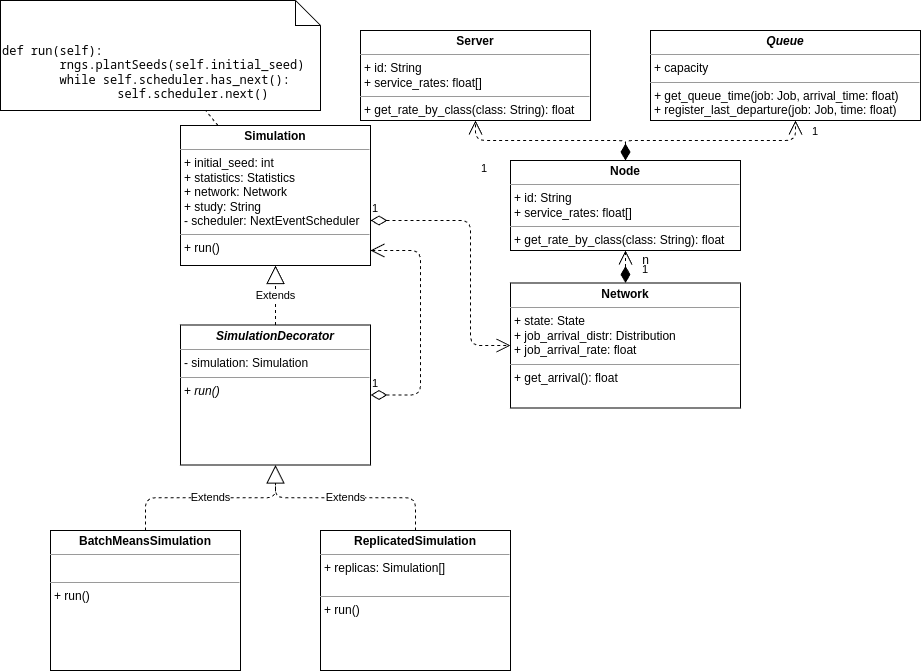
Torkin1/webapp-workflow-pa keeps this draw.io diagram as docs/figs/computational_model/simulation.drawio.png. Above is the earlier version. Source tidied: cells renumbered, new cells last; positions are measured from the earlier drawing's top-left corner, leaving out a move shared by most shapes.
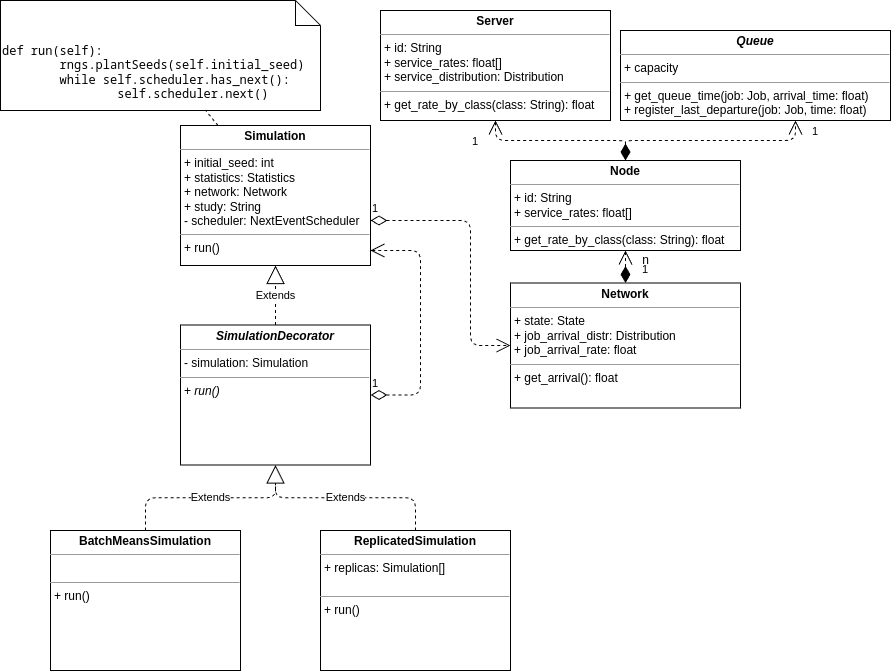
After the change.

Commit message:
added new diagrams + corrected some old ones + updated obsolete comments

What changed in the source:
```diff
@@ -51,8 +51,8 @@
     <mxCell id="14" value="1" style="endArrow=open;html=1;endSize=12;startArrow=diamondThin;startSize=14;startFill=1;edgeStyle=orthogonalEdgeStyle;align=left;verticalAlign=bottom;dashed=1;fontColor=none;" parent="1" edge="1" source="18" target="13">
       <mxGeometry x="-0.67" y="-15" relative="1" as="geometry" />
     </mxCell>
-    <mxCell id="15" value="&lt;p style=&quot;margin:0px;margin-top:4px;text-align:center;&quot;&gt;&lt;b&gt;Server&lt;/b&gt;&lt;/p&gt;&lt;hr size=&quot;1&quot;&gt;&lt;p style=&quot;margin:0px;margin-left:4px;&quot;&gt;+ id: String&lt;/p&gt;&lt;p style=&quot;margin:0px;margin-left:4px;&quot;&gt;+ service_rates: float[]&lt;/p&gt;&lt;hr size=&quot;1&quot;&gt;&lt;p style=&quot;margin:0px;margin-left:4px;&quot;&gt;+ get_rate_by_class(class: String): float&lt;/p&gt;" style="verticalAlign=top;align=left;overflow=fill;fontSize=12;fontFamily=Helvetica;html=1;" parent="1" vertex="1">
-      <mxGeometry x="360" y="30" width="230" height="90" as="geometry" />
+    <mxCell id="15" value="&lt;p style=&quot;margin:0px;margin-top:4px;text-align:center;&quot;&gt;&lt;b&gt;Server&lt;/b&gt;&lt;/p&gt;&lt;hr size=&quot;1&quot;&gt;&lt;p style=&quot;margin:0px;margin-left:4px;&quot;&gt;+ id: String&lt;/p&gt;&lt;p style=&quot;margin:0px;margin-left:4px;&quot;&gt;+ service_rates: float[]&lt;/p&gt;&lt;p style=&quot;margin:0px;margin-left:4px;&quot;&gt;+ service_distribution: Distribution&lt;/p&gt;&lt;hr size=&quot;1&quot;&gt;&lt;p style=&quot;margin:0px;margin-left:4px;&quot;&gt;+ get_rate_by_class(class: String): float&lt;/p&gt;" style="verticalAlign=top;align=left;overflow=fill;fontSize=12;fontFamily=Helvetica;html=1;" parent="1" vertex="1">
+      <mxGeometry x="380" y="10" width="230" height="110" as="geometry" />
     </mxCell>
     <mxCell id="16" value="1" style="endArrow=open;html=1;endSize=12;startArrow=diamondThin;startSize=14;startFill=1;edgeStyle=orthogonalEdgeStyle;align=left;verticalAlign=bottom;dashed=1;fontColor=none;" parent="1" edge="1" source="13" target="15">
       <mxGeometry x="0.76" y="27" relative="1" as="geometry">
@@ -66,7 +66,7 @@
       <mxGeometry x="510" y="282.5" width="230" height="125" as="geometry" />
     </mxCell>
     <mxCell id="19" value="&lt;p style=&quot;margin:0px;margin-top:4px;text-align:center;&quot;&gt;&lt;b&gt;&lt;i&gt;Queue&lt;/i&gt;&lt;/b&gt;&lt;/p&gt;&lt;hr size=&quot;1&quot;&gt;&lt;p style=&quot;margin:0px;margin-left:4px;&quot;&gt;+ capacity&lt;/p&gt;&lt;hr size=&quot;1&quot;&gt;&lt;p style=&quot;margin:0px;margin-left:4px;&quot;&gt;&lt;i&gt;+ &lt;/i&gt;get_queue_time(job: Job, arrival_time: float)&lt;/p&gt;&lt;p style=&quot;margin:0px;margin-left:4px;&quot;&gt;+ register_last_departure(job: Job, time: float)&lt;/p&gt;" style="verticalAlign=top;align=left;overflow=fill;fontSize=12;fontFamily=Helvetica;html=1;" parent="1" vertex="1">
-      <mxGeometry x="650" y="30" width="270" height="90" as="geometry" />
+      <mxGeometry x="620" y="30" width="270" height="90" as="geometry" />
     </mxCell>
     <mxCell id="20" value="1" style="endArrow=open;html=1;endSize=12;startArrow=diamondThin;startSize=14;startFill=1;edgeStyle=orthogonalEdgeStyle;align=left;verticalAlign=bottom;dashed=1;fontColor=none;" parent="1" edge="1" source="13" target="19">
       <mxGeometry x="0.81" y="-15" relative="1" as="geometry">
```
